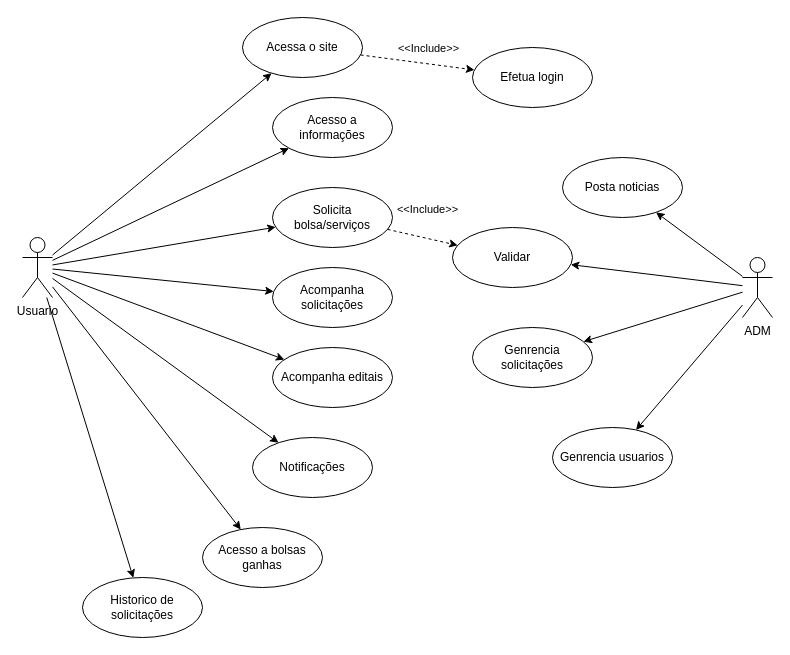
Before: Eng de Software 1/Trabalho/diagrama_casos.drawio in MarcosWillianAP1K/Atividade_Faculdade, a draw.io diagram. Source tidied: cells renumbered, new cells numbered last; positions are measured from the earlier drawing's top-left corner, leaving out a move shared by most shapes. Both pictures are drawn from the tidied source at 100%, with x=0, y=0 at pixel (22, 17).
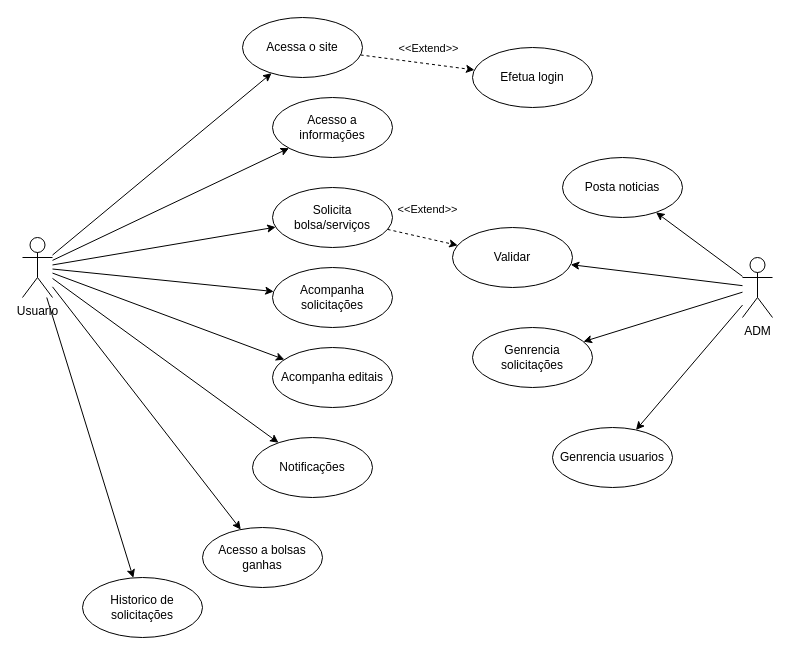
The same diagram, later.

Unchanged cells that the change refers to:
```xml
<mxCell id="11" style="edgeStyle=none;dashed=1;html=1;" parent="1" edge="1" source="13" target="14">
  <mxGeometry relative="1" as="geometry" />
</mxCell>
<mxCell id="22" style="edgeStyle=none;dashed=1;html=1;" parent="1" edge="1" source="16" target="24">
  <mxGeometry relative="1" as="geometry" />
</mxCell>
```

Diff of the diagram source:
```diff
@@
-    <mxCell id="12" value="&amp;lt;&amp;lt;Include&amp;gt;&amp;gt;" style="edgeLabel;html=1;align=center;verticalAlign=middle;" parent="11" vertex="1">
+    <mxCell id="12" value="&amp;lt;&amp;lt;Extend&amp;gt;&amp;gt;" style="edgeLabel;html=1;align=center;verticalAlign=middle;" parent="11" vertex="1">
       <mxGeometry x="0.32" y="-3" relative="1" as="geometry">
         <mxPoint x="-8" y="-20" as="offset" />
       </mxGeometry>
     </mxCell>
@@
-    <mxCell id="23" value="&amp;lt;&amp;lt;Include&amp;gt;&amp;gt;" style="edgeLabel;html=1;align=center;verticalAlign=middle;" parent="22" vertex="1">
+    <mxCell id="23" value="&amp;lt;&amp;lt;Extend&amp;gt;&amp;gt;" style="edgeLabel;html=1;align=center;verticalAlign=middle;" parent="22" vertex="1">
       <mxGeometry x="-0.27" y="-2" relative="1" as="geometry">
         <mxPoint x="15" y="-28" as="offset" />
       </mxGeometry>
     </mxCell>
```
